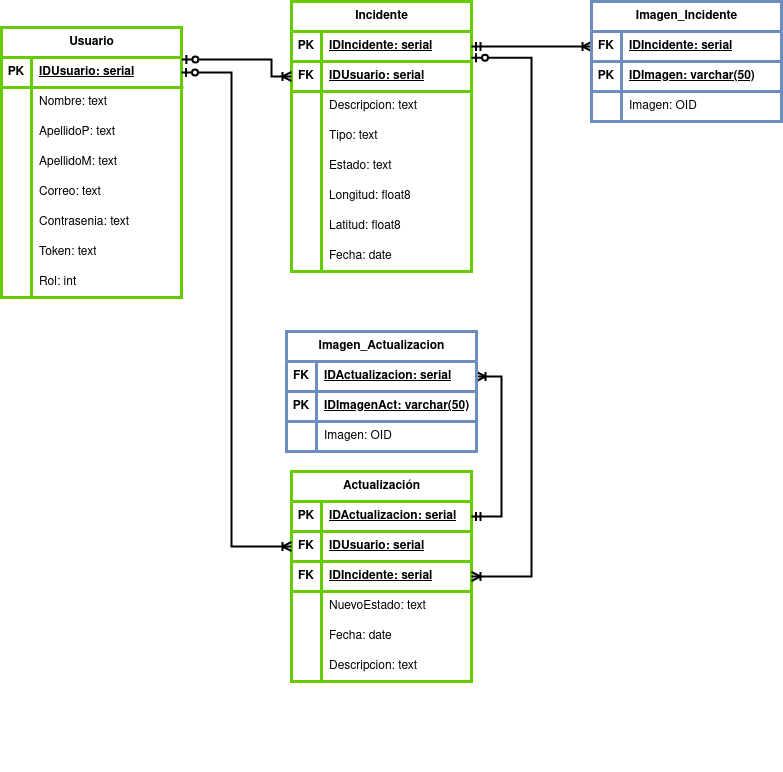
The draw.io diagram documentacion/tarea2-BDD/BDD_MajarraDrive-Relacional.drawio.png in ingenieria-software-7009-2025-2/mojarra-Gerreidae-api, before a commit. Source tidied: cells renumbered, new cells last; positions are measured from the earlier drawing's top-left corner, leaving out a move shared by most shapes.
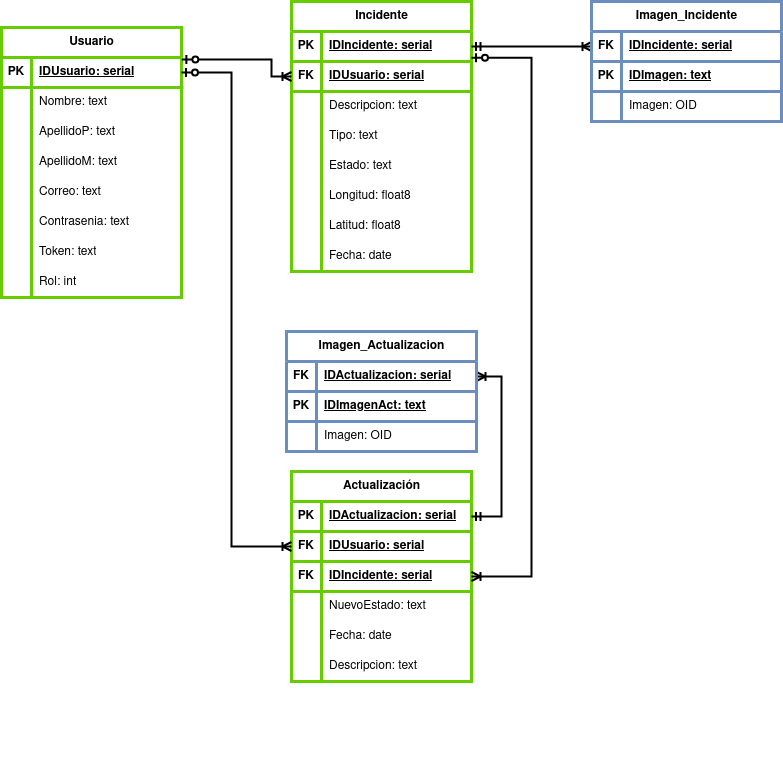
Above is the later version.

Commit message:
diagrama actualizado

The edit, as a diff of the source:
```diff
@@ -295,7 +295,7 @@
     <mxCell id="92" value="PK" style="shape=partialRectangle;fillColor=none;top=0;left=0;bottom=0;right=0;fontStyle=1;overflow=hidden;whiteSpace=wrap;html=1;strokeColor=#6C8EBF;strokeWidth=3;" parent="91" vertex="1">
       <mxGeometry width="30" height="30" as="geometry" />
     </mxCell>
-    <mxCell id="93" value="IDImagen: varchar(50)" style="shape=partialRectangle;fillColor=none;top=0;left=0;bottom=0;right=0;align=left;spacingLeft=6;fontStyle=5;overflow=hidden;whiteSpace=wrap;html=1;strokeColor=#6C8EBF;strokeWidth=3;" parent="91" vertex="1">
+    <mxCell id="93" value="IDImagen: text" style="shape=partialRectangle;fillColor=none;top=0;left=0;bottom=0;right=0;align=left;spacingLeft=6;fontStyle=5;overflow=hidden;whiteSpace=wrap;html=1;strokeColor=#6C8EBF;strokeWidth=3;" parent="91" vertex="1">
       <mxGeometry x="30" width="160" height="30" as="geometry" />
     </mxCell>
     <mxCell id="94" style="shape=tableRow;horizontal=0;startSize=0;swimlaneHead=0;swimlaneBody=0;fillColor=none;top=0;left=0;right=0;bottom=1;strokeColor=#6C8EBF;strokeWidth=3;" parent="87" vertex="1">
@@ -331,7 +331,7 @@
     <mxCell id="104" value="PK" style="shape=partialRectangle;fillColor=none;top=0;left=0;bottom=0;right=0;fontStyle=1;overflow=hidden;whiteSpace=wrap;html=1;strokeColor=#6C8EBF;strokeWidth=3;" parent="103" vertex="1">
       <mxGeometry width="30" height="30" as="geometry" />
     </mxCell>
-    <mxCell id="105" value="IDImagenAct: varchar(50)" style="shape=partialRectangle;fillColor=none;top=0;left=0;bottom=0;right=0;align=left;spacingLeft=6;fontStyle=5;overflow=hidden;whiteSpace=wrap;html=1;strokeColor=#6C8EBF;strokeWidth=3;" parent="103" vertex="1">
+    <mxCell id="105" value="IDImagenAct: text" style="shape=partialRectangle;fillColor=none;top=0;left=0;bottom=0;right=0;align=left;spacingLeft=6;fontStyle=5;overflow=hidden;whiteSpace=wrap;html=1;strokeColor=#6C8EBF;strokeWidth=3;" parent="103" vertex="1">
       <mxGeometry x="30" width="160" height="30" as="geometry" />
     </mxCell>
     <mxCell id="106" style="shape=tableRow;horizontal=0;startSize=0;swimlaneHead=0;swimlaneBody=0;fillColor=none;top=0;left=0;right=0;bottom=1;strokeColor=#6C8EBF;strokeWidth=3;" parent="99" vertex="1">
```
